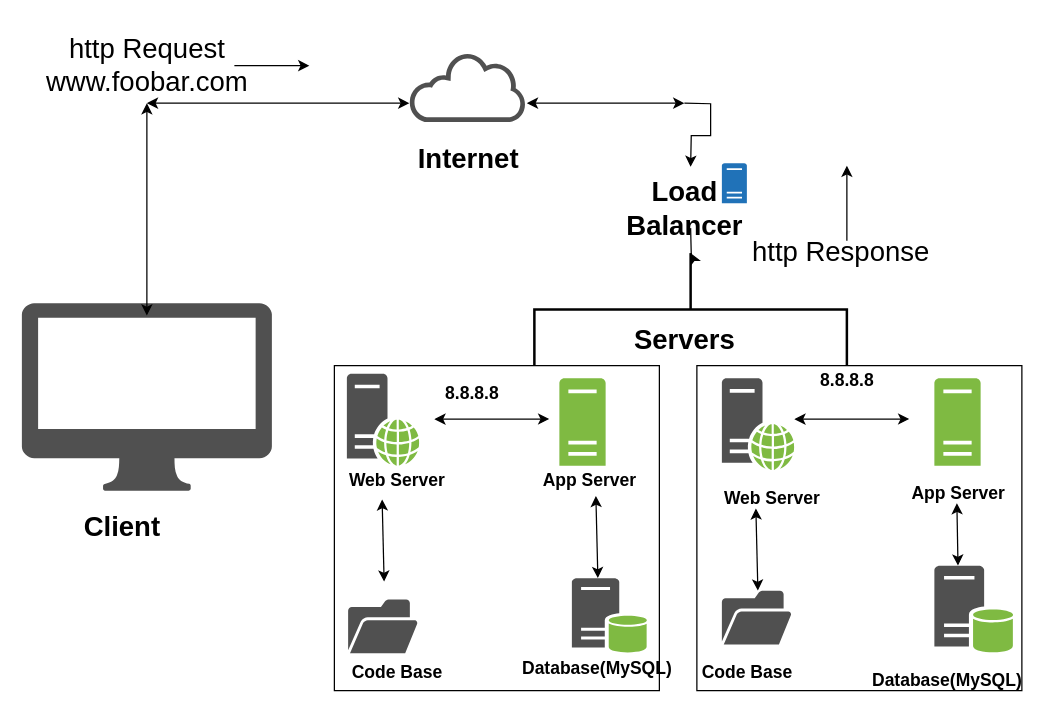
This is 1-distributed_web_infrastructure.drawio from Franklinson/whiteboard, a draw.io file, before an edit. Source tidied: cells renumbered, new cells numbered last; positions are measured from the earlier drawing's top-left corner, leaving out a move shared by most shapes. Both pictures are drawn from the tidied source at 125%, with x=0, y=0 at pixel (21, 21).
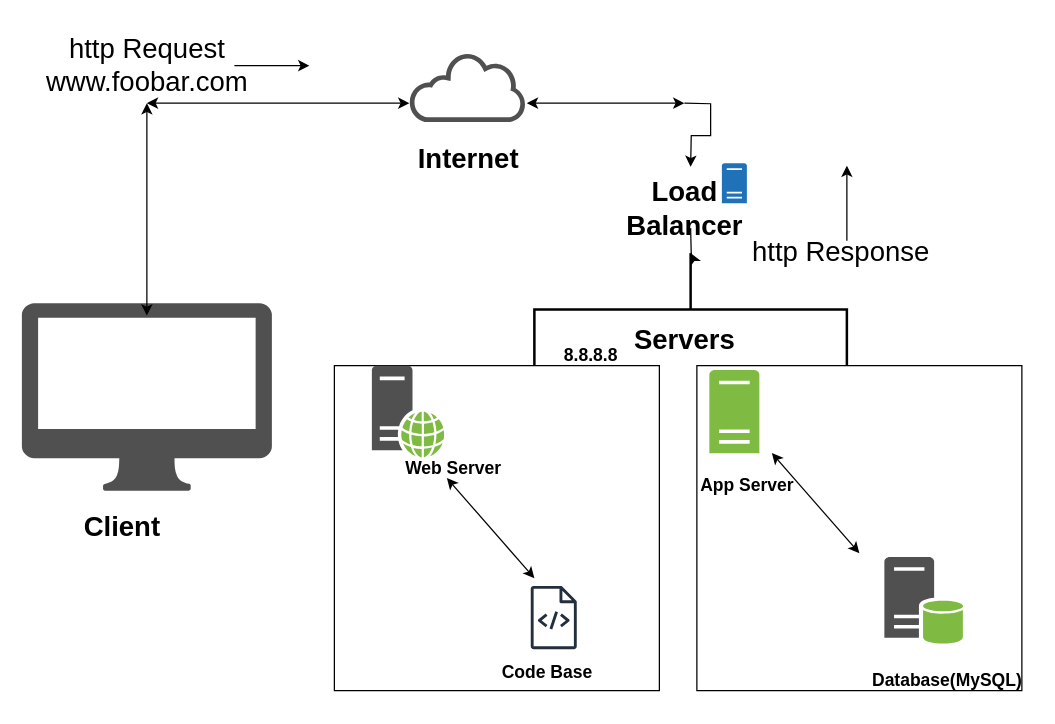
Above is the later version.

The edit, as a diff of the source:
```diff
@@
-    <mxCell id="11" style="sketch=0;shadow=0;dashed=0;html=1;strokeColor=none;fillColor=#505050;labelPosition=center;verticalLabelPosition=bottom;verticalAlign=top;align=center;shape=mxgraph.office.databases.database_server_green;" parent="1" vertex="1">
-      <mxGeometry x="440" y="445" width="60" height="60" as="geometry" />
-    </mxCell>
     <mxCell id="12" style="sketch=0;shadow=0;dashed=0;html=1;strokeColor=none;fillColor=#505050;labelPosition=center;verticalLabelPosition=bottom;verticalAlign=top;align=center;shape=mxgraph.office.databases.database_server_green;" parent="1" vertex="1">
-      <mxGeometry x="730" y="435" width="63" height="70" as="geometry" />
+      <mxGeometry x="690" y="428" width="63" height="70" as="geometry" />
     </mxCell>
-    <mxCell id="13" style="sketch=0;shadow=0;dashed=0;html=1;strokeColor=none;labelPosition=center;verticalLabelPosition=bottom;verticalAlign=top;align=center;shape=mxgraph.office.servers.server_generic;fillColor=#7FBA42;" parent="1" vertex="1">
-      <mxGeometry x="430" y="285" width="37" height="70" as="geometry" />
-    </mxCell>
     <mxCell id="14" style="sketch=0;shadow=0;dashed=0;html=1;strokeColor=none;labelPosition=center;verticalLabelPosition=bottom;verticalAlign=top;align=center;shape=mxgraph.office.servers.server_generic;fillColor=#7FBA42;" parent="1" vertex="1">
-      <mxGeometry x="730" y="285" width="37" height="70" as="geometry" />
+      <mxGeometry x="550" y="278.5" width="40" height="66.5" as="geometry" />
     </mxCell>
     <mxCell id="15" style="sketch=0;shadow=0;dashed=0;html=1;strokeColor=none;fillColor=#505050;labelPosition=center;verticalLabelPosition=bottom;verticalAlign=top;align=center;shape=mxgraph.office.servers.web_server_green;" parent="1" vertex="1">
-      <mxGeometry x="260" y="281.5" width="58" height="73.5" as="geometry" />
+      <mxGeometry x="280" y="275" width="58" height="73.5" as="geometry" />
     </mxCell>
-    <mxCell id="16" style="sketch=0;shadow=0;dashed=0;html=1;strokeColor=none;fillColor=#505050;labelPosition=center;verticalLabelPosition=bottom;verticalAlign=top;align=center;shape=mxgraph.office.servers.web_server_green;" parent="1" vertex="1">
-      <mxGeometry x="560" y="285" width="58" height="73.5" as="geometry" />
-    </mxCell>
-    <mxCell id="17" style="sketch=0;shadow=0;dashed=0;html=1;strokeColor=none;fillColor=#505050;labelPosition=center;verticalLabelPosition=bottom;verticalAlign=top;align=center;shape=mxgraph.office.concepts.folder_open;" parent="1" vertex="1">
-      <mxGeometry x="261" y="462" width="56" height="43" as="geometry" />
-    </mxCell>
-    <mxCell id="18" style="sketch=0;shadow=0;dashed=0;html=1;strokeColor=none;fillColor=#505050;labelPosition=center;verticalLabelPosition=bottom;verticalAlign=top;align=center;shape=mxgraph.office.concepts.folder_open;" parent="1" vertex="1">
-      <mxGeometry x="560" y="455" width="56" height="43" as="geometry" />
-    </mxCell>
@@
     <mxCell id="21" value="&lt;font style=&quot;font-size: 22px;&quot;&gt;&lt;b style=&quot;font-size: 14px;&quot;&gt;Web Server&lt;/b&gt;&lt;/font&gt;" style="text;html=1;align=center;verticalAlign=middle;strokeColor=none;fillColor=none;" parent="1" vertex="1">
-      <mxGeometry x="250" y="345" width="100" height="40" as="geometry" />
+      <mxGeometry x="295" y="335" width="100" height="40" as="geometry" />
     </mxCell>
-    <mxCell id="22" value="&lt;font style=&quot;font-size: 22px;&quot;&gt;&lt;b style=&quot;font-size: 14px;&quot;&gt;App Server&lt;/b&gt;&lt;/font&gt;" style="text;html=1;align=center;verticalAlign=middle;strokeColor=none;fillColor=none;" parent="1" vertex="1">
-      <mxGeometry x="404" y="345" width="100" height="40" as="geometry" />
-    </mxCell>
     <mxCell id="23" value="&lt;font style=&quot;font-size: 22px;&quot;&gt;&lt;b style=&quot;font-size: 14px;&quot;&gt;Code Base&lt;/b&gt;&lt;/font&gt;" style="text;html=1;align=center;verticalAlign=middle;strokeColor=none;fillColor=none;" parent="1" vertex="1">
-      <mxGeometry x="250" y="498" width="100" height="40" as="geometry" />
+      <mxGeometry x="370" y="498" width="100" height="40" as="geometry" />
     </mxCell>
-    <mxCell id="24" value="&lt;font style=&quot;font-size: 22px;&quot;&gt;&lt;b style=&quot;font-size: 14px;&quot;&gt;Database(MySQL)&lt;/b&gt;&lt;/font&gt;" style="text;html=1;align=center;verticalAlign=middle;strokeColor=none;fillColor=none;" parent="1" vertex="1">
-      <mxGeometry x="390" y="495" width="140" height="40" as="geometry" />
-    </mxCell>
-    <mxCell id="25" value="&lt;font style=&quot;font-size: 22px;&quot;&gt;&lt;b style=&quot;font-size: 14px;&quot;&gt;Code Base&lt;/b&gt;&lt;/font&gt;" style="text;html=1;align=center;verticalAlign=middle;strokeColor=none;fillColor=none;" parent="1" vertex="1">
-      <mxGeometry x="530" y="498" width="100" height="40" as="geometry" />
-    </mxCell>
@@
-    <mxCell id="27" value="&lt;font style=&quot;font-size: 22px;&quot;&gt;&lt;b style=&quot;font-size: 14px;&quot;&gt;Web Server&lt;/b&gt;&lt;/font&gt;" style="text;html=1;align=center;verticalAlign=middle;strokeColor=none;fillColor=none;" parent="1" vertex="1">
-      <mxGeometry x="550" y="358.5" width="100" height="40" as="geometry" />
-    </mxCell>
     <mxCell id="28" value="&lt;font style=&quot;font-size: 22px;&quot;&gt;&lt;b style=&quot;font-size: 14px;&quot;&gt;App Server&lt;/b&gt;&lt;/font&gt;" style="text;html=1;align=center;verticalAlign=middle;strokeColor=none;fillColor=none;" parent="1" vertex="1">
-      <mxGeometry x="698.5" y="355" width="100" height="40" as="geometry" />
+      <mxGeometry x="530" y="348.5" width="100" height="40" as="geometry" />
     </mxCell>
-    <mxCell id="29" style="endArrow=classic;startArrow=classic;html=1;rounded=0;entryX=0.284;entryY=1.105;entryDx=0;entryDy=0;entryPerimeter=0;" parent="1" edge="1">
-      <mxGeometry relative="1" as="geometry">
-        <mxPoint x="289.8" y="447.8" as="sourcePoint" />
-        <mxPoint x="288.2" y="382" as="targetPoint" />
-      </mxGeometry>
-    </mxCell>
-    <mxCell id="30" style="endArrow=classic;startArrow=classic;html=1;rounded=0;entryX=0.284;entryY=1.105;entryDx=0;entryDy=0;entryPerimeter=0;" parent="1" edge="1">
-      <mxGeometry relative="1" as="geometry">
-        <mxPoint x="460.8" y="445" as="sourcePoint" />
-        <mxPoint x="459.2" y="379.2" as="targetPoint" />
-      </mxGeometry>
-    </mxCell>
-    <mxCell id="31" style="endArrow=classic;startArrow=classic;html=1;rounded=0;entryX=0.615;entryY=0.192;entryDx=0;entryDy=0;entryPerimeter=0;" parent="1" edge="1">
-      <mxGeometry relative="1" as="geometry">
-        <mxPoint x="330" y="317.8" as="sourcePoint" />
-        <mxPoint x="421.9" y="317.7" as="targetPoint" />
-      </mxGeometry>
-    </mxCell>
-    <mxCell id="32" style="endArrow=classic;startArrow=classic;html=1;rounded=0;entryX=0.615;entryY=0.192;entryDx=0;entryDy=0;entryPerimeter=0;" parent="1" edge="1">
-      <mxGeometry relative="1" as="geometry">
-        <mxPoint x="618" y="317.8" as="sourcePoint" />
-        <mxPoint x="709.9" y="317.7" as="targetPoint" />
-      </mxGeometry>
-    </mxCell>
-    <mxCell id="33" style="endArrow=classic;startArrow=classic;html=1;rounded=0;entryX=0.284;entryY=1.105;entryDx=0;entryDy=0;entryPerimeter=0;" parent="1" edge="1">
-      <mxGeometry relative="1" as="geometry">
-        <mxPoint x="588.8" y="455" as="sourcePoint" />
-        <mxPoint x="587.2" y="389.2" as="targetPoint" />
-      </mxGeometry>
-    </mxCell>
-    <mxCell id="34" style="endArrow=classic;startArrow=classic;html=1;rounded=0;" parent="1" edge="1">
-      <mxGeometry relative="1" as="geometry">
-        <mxPoint x="748.9" y="435" as="sourcePoint" />
-        <mxPoint x="748" y="385" as="targetPoint" />
-      </mxGeometry>
-    </mxCell>
@@
-    <mxCell id="36" value="&lt;font style=&quot;font-size: 22px;&quot;&gt;&lt;b style=&quot;font-size: 14px;&quot;&gt;8.8.8.8&lt;/b&gt;&lt;/font&gt;" style="text;html=1;align=center;verticalAlign=middle;strokeColor=none;fillColor=none;" parent="1" vertex="1">
-      <mxGeometry x="625" y="265" width="70" height="40" as="geometry" />
-    </mxCell>
     <mxCell id="37" value="&lt;font style=&quot;font-size: 22px;&quot;&gt;&lt;b style=&quot;font-size: 14px;&quot;&gt;8.8.8.8&lt;/b&gt;&lt;/font&gt;" style="text;html=1;align=center;verticalAlign=middle;strokeColor=none;fillColor=none;" parent="1" vertex="1">
-      <mxGeometry x="325" y="275" width="70" height="40" as="geometry" />
+      <mxGeometry x="420" y="245" width="70" height="40" as="geometry" />
     </mxCell>
@@
+    <mxCell id="45" style="sketch=0;fontColor=#232F3E;gradientColor=none;fillColor=#232F3D;strokeColor=none;dashed=0;verticalLabelPosition=bottom;verticalAlign=top;align=center;html=1;fontSize=12;fontStyle=0;shape=mxgraph.aws4.source_code;" parent="1" vertex="1">
+      <mxGeometry x="407" y="451.2" width="37" height="50.6" as="geometry" />
+    </mxCell>
+    <mxCell id="46" style="endArrow=classic;startArrow=classic;html=1;rounded=0;" parent="1" edge="1">
+      <mxGeometry relative="1" as="geometry">
+        <mxPoint x="340" y="365" as="sourcePoint" />
+        <mxPoint x="410" y="445" as="targetPoint" />
+      </mxGeometry>
+    </mxCell>
+    <mxCell id="47" style="endArrow=classic;startArrow=classic;html=1;rounded=0;" parent="1" edge="1">
+      <mxGeometry relative="1" as="geometry">
+        <mxPoint x="600" y="345" as="sourcePoint" />
+        <mxPoint x="670" y="425" as="targetPoint" />
+      </mxGeometry>
+    </mxCell>
```
